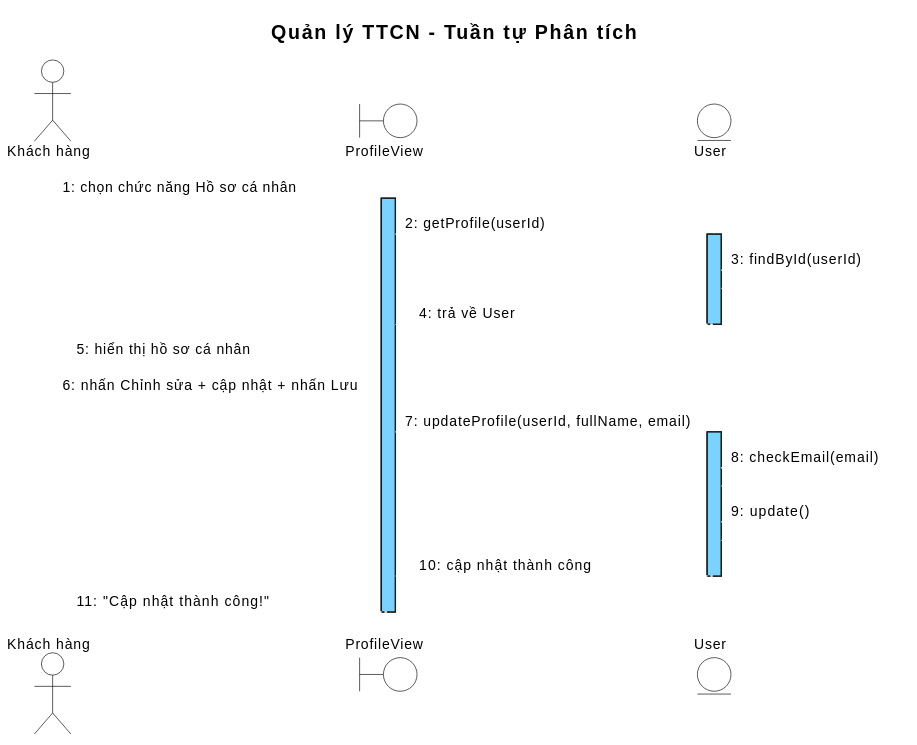
This is output/diagrams/account_seq_profile_analysis.svg from thanhtrnnn/cnpm, a PlantUML export, as it was before one commit.
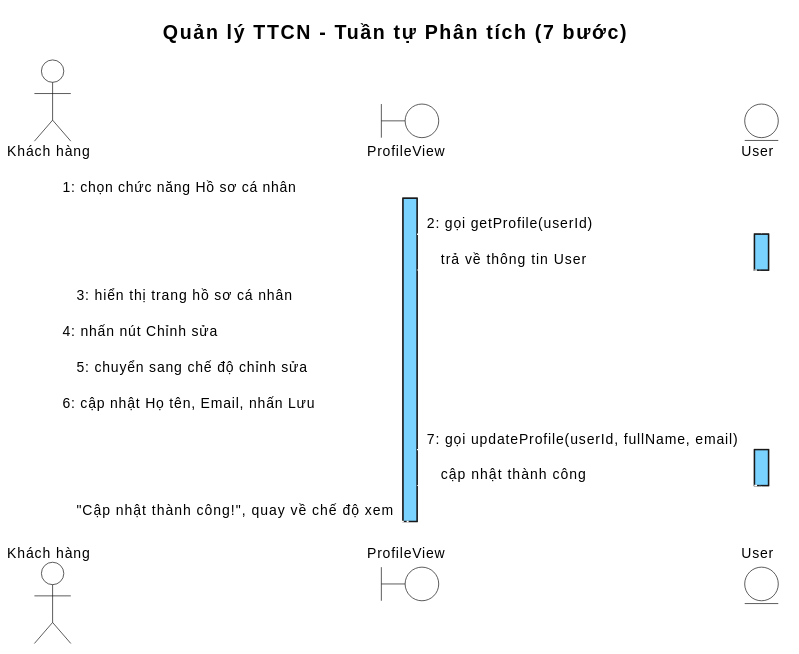
Above is the later version.

Change to the diagram source:
```diff
@@ -20,27 +20,26 @@
   arrow { LineColor #000000 LineThickness 1 FontSize 10 }
 }
 </style>
-title Quản lý TTCN - Tuần tự Phân tích
+title Quản lý TTCN - Tuần tự Phân tích (7 bước)
 
-actor "Khách hàng" as KH
+actor "Khách hàng" as Actor
 boundary ProfileView as B1
 entity User as E1
 
-KH -> B1 : 1: chọn chức năng Hồ sơ cá nhân
+Actor -> B1 : 1: chọn chức năng Hồ sơ cá nhân
 activate B1
-B1 -> E1 : 2: getProfile(userId)
+B1 -> E1 : 2: gọi getProfile(userId)
 activate E1
-E1 -> E1 : 3: findById(userId)
-E1 --> B1 : 4: trả về User
+E1 --> B1 : trả về thông tin User
 deactivate E1
-B1 --> KH : 5: hiển thị hồ sơ cá nhân
-KH -> B1 : 6: nhấn Chỉnh sửa + cập nhật + nhấn Lưu
-B1 -> E1 : 7: updateProfile(userId, fullName, email)
+B1 --> Actor : 3: hiển thị trang hồ sơ cá nhân
+Actor -> B1 : 4: nhấn nút Chỉnh sửa
+B1 --> Actor : 5: chuyển sang chế độ chỉnh sửa
+Actor -> B1 : 6: cập nhật Họ tên, Email, nhấn Lưu
+B1 -> E1 : 7: gọi updateProfile(userId, fullName, email)
 activate E1
-E1 -> E1 : 8: checkEmail(email)
-E1 -> E1 : 9: update()
-E1 --> B1 : 10: cập nhật thành công
+E1 --> B1 : cập nhật thành công
 deactivate E1
-B1 --> KH : 11: "Cập nhật thành công!"
+B1 --> Actor : "Cập nhật thành công!", quay về chế độ xem
 deactivate B1
 @enduml
```
